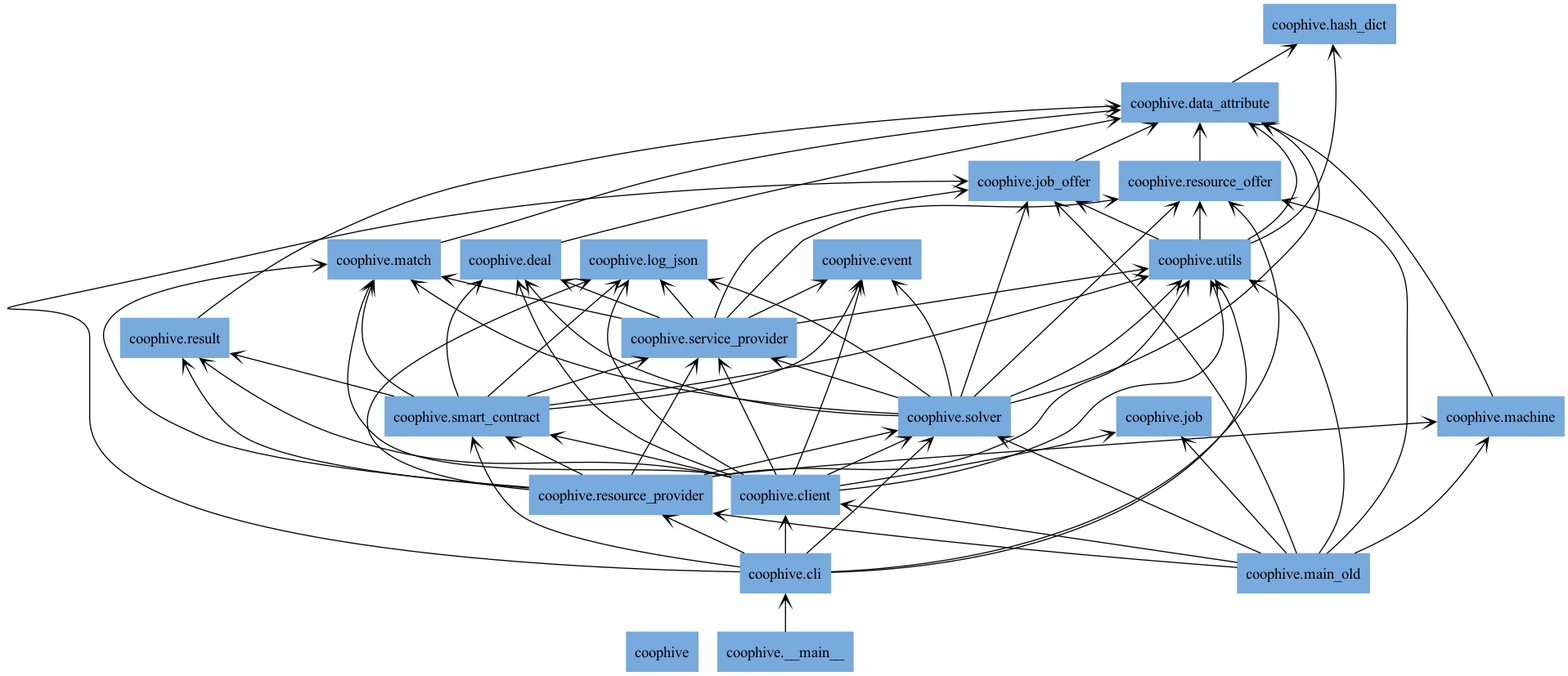
Before: docs/img/packages_coophive.png, a diagram exported from Graphviz (CoopHive/Apiary). Its source is kept beside it as docs/img/packages_coophive.dot.
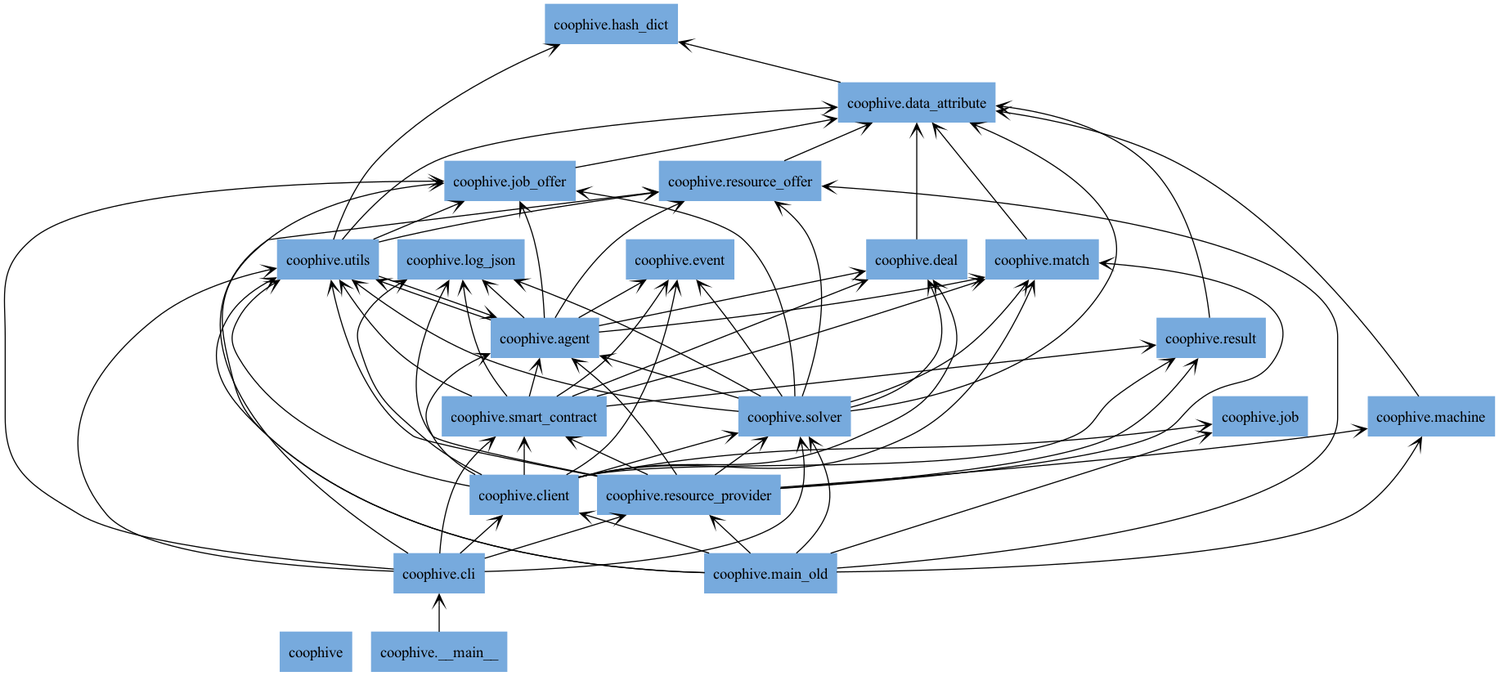
Later version of the same file.

Commit message:
chore: rename ServiceProvider to Agent, closes #17

Change to the diagram source:
```diff
@@ -3,6 +3,7 @@
 charset="utf-8"
 "coophive" [color="#77AADD", label=<coophive>, shape="box", style="filled"];
 "coophive.__main__" [color="#77AADD", label=<coophive.__main__>, shape="box", style="filled"];
+"coophive.agent" [color="#77AADD", label=<coophive.agent>, shape="box", style="filled"];
 "coophive.cli" [color="#77AADD", label=<coophive.cli>, shape="box", style="filled"];
 "coophive.client" [color="#77AADD", label=<coophive.client>, shape="box", style="filled"];
 "coophive.data_attribute" [color="#77AADD", label=<coophive.data_attribute>, shape="box", style="filled"];
@@ -18,11 +19,17 @@
 "coophive.resource_offer" [color="#77AADD", label=<coophive.resource_offer>, shape="box", style="filled"];
 "coophive.resource_provider" [color="#77AADD", label=<coophive.resource_provider>, shape="box", style="filled"];
 "coophive.result" [color="#77AADD", label=<coophive.result>, shape="box", style="filled"];
-"coophive.service_provider" [color="#77AADD", label=<coophive.service_provider>, shape="box", style="filled"];
 "coophive.smart_contract" [color="#77AADD", label=<coophive.smart_contract>, shape="box", style="filled"];
 "coophive.solver" [color="#77AADD", label=<coophive.solver>, shape="box", style="filled"];
 "coophive.utils" [color="#77AADD", label=<coophive.utils>, shape="box", style="filled"];
 "coophive.__main__" -> "coophive.cli" [arrowhead="open", arrowtail="none"];
+"coophive.agent" -> "coophive.deal" [arrowhead="open", arrowtail="none"];
+"coophive.agent" -> "coophive.event" [arrowhead="open", arrowtail="none"];
+"coophive.agent" -> "coophive.job_offer" [arrowhead="open", arrowtail="none"];
+"coophive.agent" -> "coophive.log_json" [arrowhead="open", arrowtail="none"];
+"coophive.agent" -> "coophive.match" [arrowhead="open", arrowtail="none"];
+"coophive.agent" -> "coophive.resource_offer" [arrowhead="open", arrowtail="none"];
+"coophive.agent" -> "coophive.utils" [arrowhead="open", arrowtail="none"];
 "coophive.cli" -> "coophive.client" [arrowhead="open", arrowtail="none"];
 "coophive.cli" -> "coophive.job_offer" [arrowhead="open", arrowtail="none"];
 "coophive.cli" -> "coophive.resource_offer" [arrowhead="open", arrowtail="none"];
@@ -30,13 +37,13 @@
 "coophive.cli" -> "coophive.smart_contract" [arrowhead="open", arrowtail="none"];
 "coophive.cli" -> "coophive.solver" [arrowhead="open", arrowtail="none"];
 "coophive.cli" -> "coophive.utils" [arrowhead="open", arrowtail="none"];
+"coophive.client" -> "coophive.agent" [arrowhead="open", arrowtail="none"];
 "coophive.client" -> "coophive.deal" [arrowhead="open", arrowtail="none"];
 "coophive.client" -> "coophive.event" [arrowhead="open", arrowtail="none"];
 "coophive.client" -> "coophive.job" [arrowhead="open", arrowtail="none"];
 "coophive.client" -> "coophive.log_json" [arrowhead="open", arrowtail="none"];
 "coophive.client" -> "coophive.match" [arrowhead="open", arrowtail="none"];
 "coophive.client" -> "coophive.result" [arrowhead="open", arrowtail="none"];
-"coophive.client" -> "coophive.service_provider" [arrowhead="open", arrowtail="none"];
 "coophive.client" -> "coophive.smart_contract" [arrowhead="open", arrowtail="none"];
 "coophive.client" -> "coophive.solver" [arrowhead="open", arrowtail="none"];
 "coophive.client" -> "coophive.utils" [arrowhead="open", arrowtail="none"];
@@ -54,29 +61,23 @@
 "coophive.main_old" -> "coophive.utils" [arrowhead="open", arrowtail="none"];
 "coophive.match" -> "coophive.data_attribute" [arrowhead="open", arrowtail="none"];
 "coophive.resource_offer" -> "coophive.data_attribute" [arrowhead="open", arrowtail="none"];
+"coophive.resource_provider" -> "coophive.agent" [arrowhead="open", arrowtail="none"];
 "coophive.resource_provider" -> "coophive.log_json" [arrowhead="open", arrowtail="none"];
 "coophive.resource_provider" -> "coophive.machine" [arrowhead="open", arrowtail="none"];
 "coophive.resource_provider" -> "coophive.match" [arrowhead="open", arrowtail="none"];
 "coophive.resource_provider" -> "coophive.result" [arrowhead="open", arrowtail="none"];
-"coophive.resource_provider" -> "coophive.service_provider" [arrowhead="open", arrowtail="none"];
 "coophive.resource_provider" -> "coophive.smart_contract" [arrowhead="open", arrowtail="none"];
 "coophive.resource_provider" -> "coophive.solver" [arrowhead="open", arrowtail="none"];
 "coophive.resource_provider" -> "coophive.utils" [arrowhead="open", arrowtail="none"];
 "coophive.result" -> "coophive.data_attribute" [arrowhead="open", arrowtail="none"];
-"coophive.service_provider" -> "coophive.deal" [arrowhead="open", arrowtail="none"];
-"coophive.service_provider" -> "coophive.event" [arrowhead="open", arrowtail="none"];
-"coophive.service_provider" -> "coophive.job_offer" [arrowhead="open", arrowtail="none"];
-"coophive.service_provider" -> "coophive.log_json" [arrowhead="open", arrowtail="none"];
-"coophive.service_provider" -> "coophive.match" [arrowhead="open", arrowtail="none"];
-"coophive.service_provider" -> "coophive.resource_offer" [arrowhead="open", arrowtail="none"];
-"coophive.service_provider" -> "coophive.utils" [arrowhead="open", arrowtail="none"];
+"coophive.smart_contract" -> "coophive.agent" [arrowhead="open", arrowtail="none"];
 "coophive.smart_contract" -> "coophive.deal" [arrowhead="open", arrowtail="none"];
 "coophive.smart_contract" -> "coophive.event" [arrowhead="open", arrowtail="none"];
 "coophive.smart_contract" -> "coophive.log_json" [arrowhead="open", arrowtail="none"];
 "coophive.smart_contract" -> "coophive.match" [arrowhead="open", arrowtail="none"];
 "coophive.smart_contract" -> "coophive.result" [arrowhead="open", arrowtail="none"];
-"coophive.smart_contract" -> "coophive.service_provider" [arrowhead="open", arrowtail="none"];
 "coophive.smart_contract" -> "coophive.utils" [arrowhead="open", arrowtail="none"];
+"coophive.solver" -> "coophive.agent" [arrowhead="open", arrowtail="none"];
 "coophive.solver" -> "coophive.data_attribute" [arrowhead="open", arrowtail="none"];
 "coophive.solver" -> "coophive.deal" [arrowhead="open", arrowtail="none"];
 "coophive.solver" -> "coophive.event" [arrowhead="open", arrowtail="none"];
@@ -84,8 +85,8 @@
 "coophive.solver" -> "coophive.log_json" [arrowhead="open", arrowtail="none"];
 "coophive.solver" -> "coophive.match" [arrowhead="open", arrowtail="none"];
 "coophive.solver" -> "coophive.resource_offer" [arrowhead="open", arrowtail="none"];
-"coophive.solver" -> "coophive.service_provider" [arrowhead="open", arrowtail="none"];
 "coophive.solver" -> "coophive.utils" [arrowhead="open", arrowtail="none"];
+"coophive.utils" -> "coophive.agent" [arrowhead="open", arrowtail="none"];
 "coophive.utils" -> "coophive.data_attribute" [arrowhead="open", arrowtail="none"];
 "coophive.utils" -> "coophive.hash_dict" [arrowhead="open", arrowtail="none"];
 "coophive.utils" -> "coophive.job_offer" [arrowhead="open", arrowtail="none"];
```
